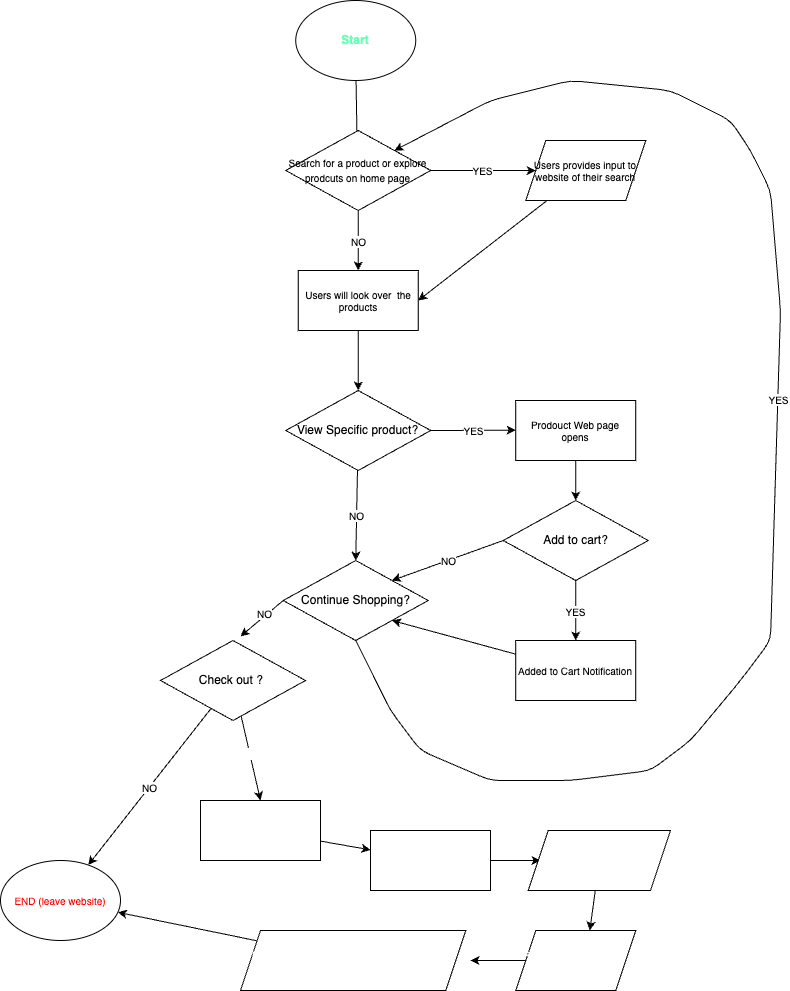
Above: explore/diagramming/diagram.drawio.png in ulises0516/sp24-cse110-lab4- (draw.io), before the change. Source tidied: cells renumbered, new cells last; positions are measured from the earlier drawing's top-left corner, leaving out a move shared by most shapes.
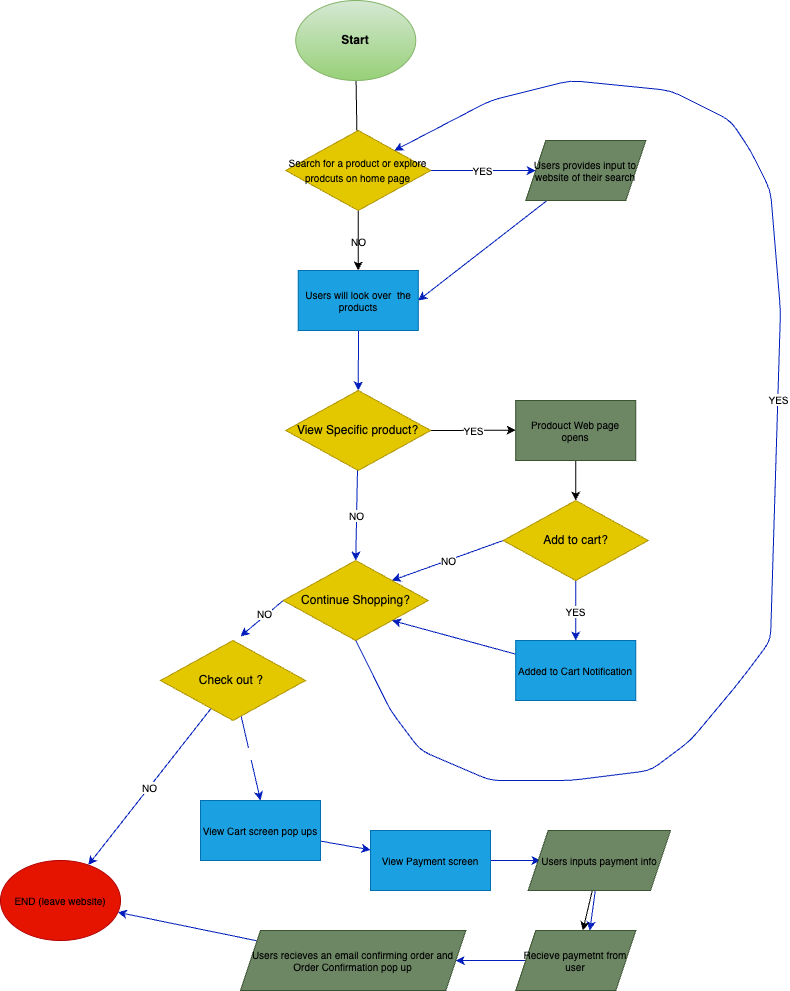
After the change.

What changed in the source:
```diff
@@ -5,28 +5,33 @@
     <mxCell id="2" style="edgeStyle=none;html=1;entryX=0.5;entryY=1;entryDx=0;entryDy=0;" parent="1" edge="1" source="3" target="6">
       <mxGeometry relative="1" as="geometry" />
     </mxCell>
-    <mxCell id="3" value="&lt;font color=&quot;#66ffb3&quot;&gt;Start&lt;/font&gt;" style="ellipse;whiteSpace=wrap;html=1;fontStyle=1;" parent="1" vertex="1">
+    <mxCell id="3" value="&lt;font color=&quot;#000000&quot;&gt;Start&lt;/font&gt;" style="ellipse;whiteSpace=wrap;html=1;fontStyle=1;fillColor=#d5e8d4;strokeColor=#82b366;gradientColor=#97d077;" parent="1" vertex="1">
       <mxGeometry x="295.2" width="120" height="80" as="geometry" />
     </mxCell>
-    <mxCell id="4" value="YES" style="edgeStyle=none;html=1;entryX=0;entryY=0.5;entryDx=0;entryDy=0;fontSize=10;" parent="1" edge="1" source="6" target="8">
+    <mxCell id="4" value="YES" style="edgeStyle=none;html=1;entryX=0;entryY=0.5;entryDx=0;entryDy=0;fontSize=10;fillColor=#0050ef;strokeColor=#001DBC;" parent="1" edge="1" source="6" target="8">
       <mxGeometry relative="1" as="geometry" />
     </mxCell>
     <mxCell id="5" value="NO" style="edgeStyle=none;html=1;exitX=0.5;exitY=1;exitDx=0;exitDy=0;fontSize=10;" parent="1" edge="1" source="6" target="10">
       <mxGeometry relative="1" as="geometry" />
     </mxCell>
+    <mxCell id="41" style="edgeStyle=none;html=1;" parent="1" edge="1" source="6" target="10">
+      <mxGeometry relative="1" as="geometry" />
+    </mxCell>
-    <mxCell id="6" value="&lt;font style=&quot;font-size: 10px;&quot;&gt;Search for a product or explore prodcuts on home page&lt;/font&gt;" style="rhombus;whiteSpace=wrap;html=1;rotation=0;" parent="1" vertex="1">
+    <mxCell id="6" value="&lt;font style=&quot;font-size: 10px;&quot;&gt;Search for a product or explore prodcuts on home page&lt;/font&gt;" style="rhombus;whiteSpace=wrap;html=1;rotation=0;fillColor=#e3c800;fontColor=#000000;strokeColor=#B09500;" parent="1" vertex="1">
       <mxGeometry x="285.2" y="130" width="145" height="80" as="geometry" />
     </mxCell>
-    <mxCell id="7" style="edgeStyle=none;html=1;entryX=1;entryY=0.5;entryDx=0;entryDy=0;fontSize=10;" parent="1" edge="1" source="8" target="10">
+    <mxCell id="7" style="edgeStyle=none;html=1;entryX=1;entryY=0.5;entryDx=0;entryDy=0;fontSize=10;fillColor=#0050ef;strokeColor=#001DBC;" parent="1" edge="1" source="8" target="10">
       <mxGeometry relative="1" as="geometry" />
     </mxCell>
-    <mxCell id="8" value="Users provides input to website of their search" style="shape=parallelogram;perimeter=parallelogramPerimeter;whiteSpace=wrap;html=1;fixedSize=1;fontSize=10;" parent="1" vertex="1">
+    <mxCell id="8" value="&lt;font color=&quot;#000000&quot;&gt;Users provides input to website of their search&lt;/font&gt;" style="shape=parallelogram;perimeter=parallelogramPerimeter;whiteSpace=wrap;html=1;fixedSize=1;fontSize=10;fillColor=#6d8764;fontColor=#ffffff;strokeColor=#3A5431;" parent="1" vertex="1">
       <mxGeometry x="525.2" y="140" width="120" height="60" as="geometry" />
     </mxCell>
-    <mxCell id="9" style="edgeStyle=none;html=1;entryX=0.5;entryY=0;entryDx=0;entryDy=0;fontSize=10;" parent="1" edge="1" source="10" target="13">
-      <mxGeometry relative="1" as="geometry" />
+    <mxCell id="9" style="edgeStyle=none;html=1;entryX=0.5;entryY=0;entryDx=0;entryDy=0;fontSize=10;fillColor=#0050ef;strokeColor=#001DBC;" parent="1" edge="1" target="13">
+      <mxGeometry relative="1" as="geometry">
+        <mxPoint x="358" y="330" as="sourcePoint" />
+      </mxGeometry>
     </mxCell>
-    <mxCell id="10" value="Users will look over&amp;nbsp; the products" style="rounded=0;whiteSpace=wrap;html=1;fontSize=10;" parent="1" vertex="1">
+    <mxCell id="10" value="&lt;font color=&quot;#000000&quot;&gt;Users will look over&amp;nbsp; the products&lt;/font&gt;" style="rounded=0;whiteSpace=wrap;html=1;fontSize=10;fillColor=#1ba1e2;fontColor=#ffffff;strokeColor=#006EAF;" parent="1" vertex="1">
       <mxGeometry x="297.7" y="270" width="120" height="60" as="geometry" />
     </mxCell>
     <mxCell id="11" value="YES" style="edgeStyle=none;html=1;exitX=1;exitY=0.5;exitDx=0;exitDy=0;fontSize=10;" parent="1" edge="1" source="13">
@@ -34,30 +39,30 @@
         <mxPoint x="515.2" y="429.7" as="targetPoint" />
       </mxGeometry>
     </mxCell>
-    <mxCell id="12" value="NO&lt;br&gt;" style="edgeStyle=none;html=1;entryX=0.5;entryY=0;entryDx=0;entryDy=0;fontSize=10;" parent="1" edge="1" source="13">
+    <mxCell id="12" value="NO&lt;br&gt;" style="edgeStyle=none;html=1;entryX=0.5;entryY=0;entryDx=0;entryDy=0;fontSize=10;fillColor=#0050ef;strokeColor=#001DBC;" parent="1" edge="1" source="13">
       <mxGeometry relative="1" as="geometry">
         <mxPoint x="355.2" y="560" as="targetPoint" />
       </mxGeometry>
     </mxCell>
-    <mxCell id="13" value="View Specific product?" style="rhombus;whiteSpace=wrap;html=1;rotation=0;" parent="1" vertex="1">
+    <mxCell id="13" value="View Specific product?" style="rhombus;whiteSpace=wrap;html=1;rotation=0;fillColor=#e3c800;fontColor=#000000;strokeColor=#B09500;" parent="1" vertex="1">
       <mxGeometry x="285.2" y="390" width="145" height="80" as="geometry" />
     </mxCell>
-    <mxCell id="14" value="YES" style="edgeStyle=none;html=1;entryX=0.5;entryY=0;entryDx=0;entryDy=0;fontSize=10;" parent="1" edge="1" source="16" target="23">
+    <mxCell id="14" value="YES" style="edgeStyle=none;html=1;entryX=0.5;entryY=0;entryDx=0;entryDy=0;fontSize=10;fillColor=#0050ef;strokeColor=#001DBC;" parent="1" edge="1" source="16" target="23">
       <mxGeometry relative="1" as="geometry" />
     </mxCell>
-    <mxCell id="15" value="NO" style="edgeStyle=none;html=1;exitX=0;exitY=0.5;exitDx=0;exitDy=0;entryX=1;entryY=0;entryDx=0;entryDy=0;fontSize=10;" parent="1" edge="1" source="16" target="21">
+    <mxCell id="15" value="NO" style="edgeStyle=none;html=1;exitX=0;exitY=0.5;exitDx=0;exitDy=0;entryX=1;entryY=0;entryDx=0;entryDy=0;fontSize=10;fillColor=#0050ef;strokeColor=#001DBC;" parent="1" edge="1" source="16" target="21">
       <mxGeometry relative="1" as="geometry" />
     </mxCell>
-    <mxCell id="16" value="Add to cart?" style="rhombus;whiteSpace=wrap;html=1;rotation=0;" parent="1" vertex="1">
+    <mxCell id="16" value="Add to cart?" style="rhombus;whiteSpace=wrap;html=1;rotation=0;fillColor=#e3c800;fontColor=#000000;strokeColor=#B09500;" parent="1" vertex="1">
       <mxGeometry x="502.7" y="500" width="145" height="80" as="geometry" />
     </mxCell>
     <mxCell id="17" style="edgeStyle=none;html=1;fontSize=10;" parent="1" edge="1" source="18" target="16">
       <mxGeometry relative="1" as="geometry" />
     </mxCell>
-    <mxCell id="18" value="Prodouct Web page opens" style="rounded=0;whiteSpace=wrap;html=1;fontSize=10;" parent="1" vertex="1">
+    <mxCell id="18" value="&lt;font color=&quot;#000000&quot;&gt;Prodouct Web page opens&lt;/font&gt;" style="rounded=0;whiteSpace=wrap;html=1;fontSize=10;fillColor=#6d8764;fontColor=#ffffff;strokeColor=#3A5431;" parent="1" vertex="1">
       <mxGeometry x="515.2" y="400" width="120" height="60" as="geometry" />
     </mxCell>
-    <mxCell id="19" style="edgeStyle=none;html=1;exitX=0;exitY=0.5;exitDx=0;exitDy=0;fontSize=10;" parent="1" edge="1" source="21">
+    <mxCell id="19" style="edgeStyle=none;html=1;exitX=0;exitY=0.5;exitDx=0;exitDy=0;fontSize=10;fillColor=#0050ef;strokeColor=#001DBC;" parent="1" edge="1" source="21">
       <mxGeometry relative="1" as="geometry">
         <mxPoint x="240" y="635.9" as="targetPoint" />
       </mxGeometry>
@@ -65,28 +70,28 @@
     <mxCell id="20" value="NO" style="edgeLabel;html=1;align=center;verticalAlign=middle;fontSize=10;" parent="19" vertex="1">
       <mxGeometry x="-0.17" y="-3" relative="1" as="geometry" />
     </mxCell>
-    <mxCell id="21" value="Continue Shopping?" style="rhombus;whiteSpace=wrap;html=1;rotation=0;" parent="1" vertex="1">
+    <mxCell id="21" value="Continue Shopping?" style="rhombus;whiteSpace=wrap;html=1;rotation=0;fillColor=#e3c800;fontColor=#000000;strokeColor=#B09500;" parent="1" vertex="1">
       <mxGeometry x="282.7" y="560" width="145" height="80" as="geometry" />
     </mxCell>
-    <mxCell id="22" style="edgeStyle=none;html=1;entryX=1;entryY=1;entryDx=0;entryDy=0;fontSize=10;" parent="1" edge="1" source="23" target="21">
+    <mxCell id="22" style="edgeStyle=none;html=1;entryX=1;entryY=1;entryDx=0;entryDy=0;fontSize=10;fillColor=#0050ef;strokeColor=#001DBC;" parent="1" edge="1" source="23" target="21">
       <mxGeometry relative="1" as="geometry" />
     </mxCell>
-    <mxCell id="23" value="Added to Cart Notification" style="rounded=0;whiteSpace=wrap;html=1;fontSize=10;" parent="1" vertex="1">
+    <mxCell id="23" value="&lt;font color=&quot;#000000&quot;&gt;Added to Cart Notification&lt;/font&gt;" style="rounded=0;whiteSpace=wrap;html=1;fontSize=10;fillColor=#1ba1e2;fontColor=#ffffff;strokeColor=#006EAF;" parent="1" vertex="1">
       <mxGeometry x="515.2" y="640" width="120" height="60" as="geometry" />
     </mxCell>
-    <mxCell id="24" value="NO" style="edgeStyle=none;html=1;fontSize=10;" parent="1" edge="1" source="27" target="30">
+    <mxCell id="24" value="NO" style="edgeStyle=none;html=1;fontSize=10;fillColor=#0050ef;strokeColor=#001DBC;" parent="1" edge="1" source="27" target="30">
       <mxGeometry relative="1" as="geometry" />
     </mxCell>
-    <mxCell id="25" style="edgeStyle=none;html=1;fontSize=10;fontColor=#66FFB3;entryX=0.5;entryY=0;entryDx=0;entryDy=0;" parent="1" edge="1" source="27" target="32">
+    <mxCell id="25" style="edgeStyle=none;html=1;fontSize=10;fontColor=#66FFB3;entryX=0.5;entryY=0;entryDx=0;entryDy=0;fillColor=#0050ef;strokeColor=#001DBC;" parent="1" edge="1" source="27" target="32">
       <mxGeometry relative="1" as="geometry" />
     </mxCell>
     <mxCell id="26" value="&lt;font color=&quot;#ffffff&quot;&gt;YES&lt;br&gt;&lt;/font&gt;" style="edgeLabel;html=1;align=center;verticalAlign=middle;fontSize=10;fontColor=#66FFB3;" parent="25" vertex="1">
       <mxGeometry x="-0.14" relative="1" as="geometry" />
     </mxCell>
-    <mxCell id="27" value="Check out ?&amp;nbsp;" style="rhombus;whiteSpace=wrap;html=1;rotation=0;" parent="1" vertex="1">
+    <mxCell id="27" value="Check out ?&amp;nbsp;" style="rhombus;whiteSpace=wrap;html=1;rotation=0;fillColor=#e3c800;fontColor=#000000;strokeColor=#B09500;" parent="1" vertex="1">
       <mxGeometry x="160" y="640" width="145" height="80" as="geometry" />
     </mxCell>
-    <mxCell id="28" style="edgeStyle=none;html=1;entryX=1;entryY=0;entryDx=0;entryDy=0;fontSize=10;exitX=0.5;exitY=1;exitDx=0;exitDy=0;" parent="1" edge="1" source="21" target="6">
+    <mxCell id="28" style="edgeStyle=none;html=1;entryX=1;entryY=0;entryDx=0;entryDy=0;fontSize=10;exitX=0.5;exitY=1;exitDx=0;exitDy=0;fillColor=#0050ef;strokeColor=#001DBC;" parent="1" edge="1" source="21" target="6">
       <mxGeometry x="-0.05" y="-50" relative="1" as="geometry">
         <Array as="points">
           <mxPoint x="390" y="710" />
@@ -112,43 +117,44 @@
         <mxPoint y="1" as="offset" />
       </mxGeometry>
     </mxCell>
-    <mxCell id="30" value="&lt;font color=&quot;#ff0000&quot;&gt;END (leave website)&lt;/font&gt;" style="ellipse;whiteSpace=wrap;html=1;fontSize=10;" parent="1" vertex="1">
+    <mxCell id="30" value="&lt;font color=&quot;#000000&quot;&gt;END (leave website)&lt;/font&gt;" style="ellipse;whiteSpace=wrap;html=1;fontSize=10;fillColor=#e51400;fontColor=#ffffff;strokeColor=#B20000;" parent="1" vertex="1">
       <mxGeometry y="860" width="120" height="80" as="geometry" />
     </mxCell>
-    <mxCell id="31" style="edgeStyle=none;html=1;fontSize=10;fontColor=#FFFFFF;" parent="1" edge="1" source="32" target="34">
+    <mxCell id="31" style="edgeStyle=none;html=1;fontSize=10;fontColor=#FFFFFF;fillColor=#0050ef;strokeColor=#001DBC;" parent="1" edge="1" source="32" target="34">
       <mxGeometry relative="1" as="geometry" />
     </mxCell>
-    <mxCell id="32" value="View Cart screen pop ups" style="rounded=0;whiteSpace=wrap;html=1;fontSize=10;fontColor=#FFFFFF;" parent="1" vertex="1">
+    <mxCell id="32" value="&lt;font color=&quot;#000000&quot;&gt;View Cart screen pop ups&lt;/font&gt;" style="rounded=0;whiteSpace=wrap;html=1;fontSize=10;fontColor=#ffffff;fillColor=#1ba1e2;strokeColor=#006EAF;" parent="1" vertex="1">
       <mxGeometry x="200" y="800" width="120" height="60" as="geometry" />
     </mxCell>
-    <mxCell id="33" style="edgeStyle=none;html=1;exitX=1;exitY=0.5;exitDx=0;exitDy=0;fontSize=10;fontColor=#FFFFFF;" parent="1" edge="1" source="34">
+    <mxCell id="33" style="edgeStyle=none;html=1;exitX=1;exitY=0.5;exitDx=0;exitDy=0;fontSize=10;fontColor=#FFFFFF;fillColor=#0050ef;strokeColor=#001DBC;" parent="1" edge="1" source="34">
       <mxGeometry relative="1" as="geometry">
         <mxPoint x="540" y="860" as="targetPoint" />
       </mxGeometry>
     </mxCell>
-    <mxCell id="34" value="View Payment screen" style="rounded=0;whiteSpace=wrap;html=1;fontSize=10;fontColor=#FFFFFF;" parent="1" vertex="1">
+    <mxCell id="34" value="&lt;font color=&quot;#000000&quot;&gt;View Payment screen&lt;/font&gt;" style="rounded=0;whiteSpace=wrap;html=1;fontSize=10;fontColor=#ffffff;fillColor=#1ba1e2;strokeColor=#006EAF;" parent="1" vertex="1">
       <mxGeometry x="370" y="830" width="120" height="60" as="geometry" />
     </mxCell>
-    <mxCell id="35" style="edgeStyle=none;html=1;fontSize=10;fontColor=#FFFFFF;" parent="1" edge="1" source="36">
+    <mxCell id="35" style="edgeStyle=none;html=1;fontSize=10;fontColor=#FFFFFF;fillColor=#0050ef;strokeColor=#001DBC;" parent="1" edge="1" source="36">
       <mxGeometry relative="1" as="geometry">
         <mxPoint x="589.3" y="930" as="targetPoint" />
       </mxGeometry>
     </mxCell>
+    <mxCell id="42" style="edgeStyle=none;html=1;fontColor=#000000;" parent="1" edge="1" source="36" target="38">
+      <mxGeometry relative="1" as="geometry" />
+    </mxCell>
-    <mxCell id="36" value="Users inputs payment info" style="shape=parallelogram;perimeter=parallelogramPerimeter;whiteSpace=wrap;html=1;fixedSize=1;fontSize=10;fontColor=#FFFFFF;" parent="1" vertex="1">
+    <mxCell id="36" value="&lt;font color=&quot;#000000&quot;&gt;Users inputs payment info&lt;/font&gt;" style="shape=parallelogram;perimeter=parallelogramPerimeter;whiteSpace=wrap;html=1;fixedSize=1;fontSize=10;fontColor=#ffffff;fillColor=#6d8764;strokeColor=#3A5431;" parent="1" vertex="1">
       <mxGeometry x="527.7" y="830" width="142.3" height="60" as="geometry" />
     </mxCell>
-    <mxCell id="37" style="edgeStyle=none;html=1;exitX=0;exitY=0.5;exitDx=0;exitDy=0;entryX=1;entryY=0.5;entryDx=0;entryDy=0;fontSize=10;fontColor=#FFFFFF;" parent="1" edge="1" source="38">
-      <mxGeometry relative="1" as="geometry">
-        <mxPoint x="470" y="960" as="targetPoint" />
-      </mxGeometry>
+    <mxCell id="37" style="edgeStyle=none;html=1;exitX=0;exitY=0.5;exitDx=0;exitDy=0;fontSize=10;fontColor=#FFFFFF;fillColor=#0050ef;strokeColor=#001DBC;entryX=1;entryY=0.5;entryDx=0;entryDy=0;" parent="1" edge="1" source="38" target="40">
+      <mxGeometry relative="1" as="geometry" />
     </mxCell>
-    <mxCell id="38" value="Recieve paymetnt from user" style="shape=parallelogram;perimeter=parallelogramPerimeter;whiteSpace=wrap;html=1;fixedSize=1;fontSize=10;fontColor=#FFFFFF;" parent="1" vertex="1">
+    <mxCell id="38" value="&lt;font color=&quot;#000000&quot;&gt;Recieve paymetnt from user&lt;/font&gt;" style="shape=parallelogram;perimeter=parallelogramPerimeter;whiteSpace=wrap;html=1;fixedSize=1;fontSize=10;fontColor=#ffffff;fillColor=#6d8764;strokeColor=#3A5431;" parent="1" vertex="1">
       <mxGeometry x="515.2" y="930" width="120" height="60" as="geometry" />
     </mxCell>
-    <mxCell id="39" style="edgeStyle=none;html=1;fontSize=10;fontColor=#FFFFFF;" parent="1" edge="1" source="40" target="30">
+    <mxCell id="39" style="edgeStyle=none;html=1;fontSize=10;fontColor=#FFFFFF;fillColor=#0050ef;strokeColor=#001DBC;" parent="1" edge="1" source="40" target="30">
       <mxGeometry relative="1" as="geometry" />
     </mxCell>
-    <mxCell id="40" value="Users recieves an email confirming order and Order Confirmation pop up" style="shape=parallelogram;perimeter=parallelogramPerimeter;whiteSpace=wrap;html=1;fixedSize=1;fontSize=10;fontColor=#FFFFFF;" parent="1" vertex="1">
+    <mxCell id="40" value="&lt;font color=&quot;#000000&quot;&gt;Users recieves an email confirming order and Order Confirmation pop up&lt;/font&gt;" style="shape=parallelogram;perimeter=parallelogramPerimeter;whiteSpace=wrap;html=1;fixedSize=1;fontSize=10;fontColor=#ffffff;fillColor=#6d8764;strokeColor=#3A5431;" parent="1" vertex="1">
       <mxGeometry x="240" y="930" width="225.2" height="60" as="geometry" />
     </mxCell>
   </root>
```
